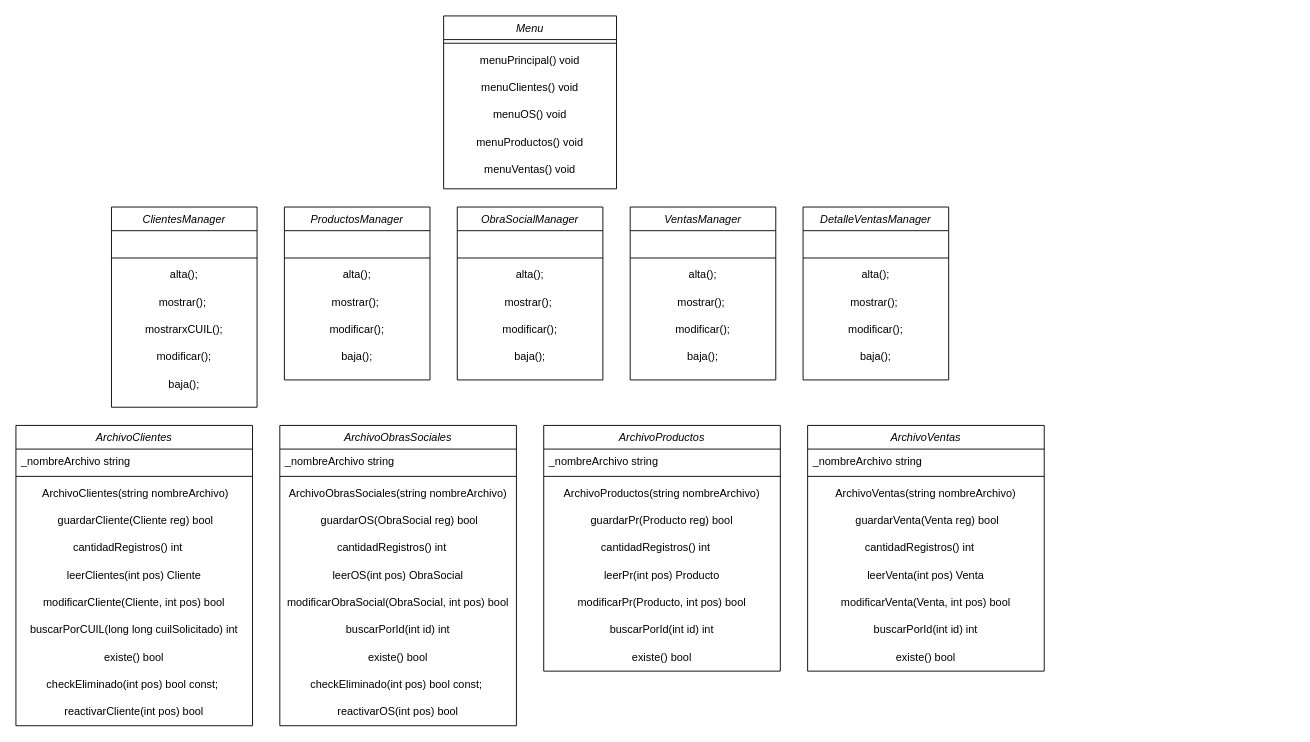
Before: ClasesArchivosyManagers.drawio in jiriberri/farmaceutica-utn, a draw.io diagram. Source tidied: cells renumbered, new cells numbered last; positions are measured from the earlier drawing's top-left corner, leaving out a move shared by most shapes. Both pictures are drawn from the tidied source at 91%, with x=0, y=0 at pixel (15, 15).
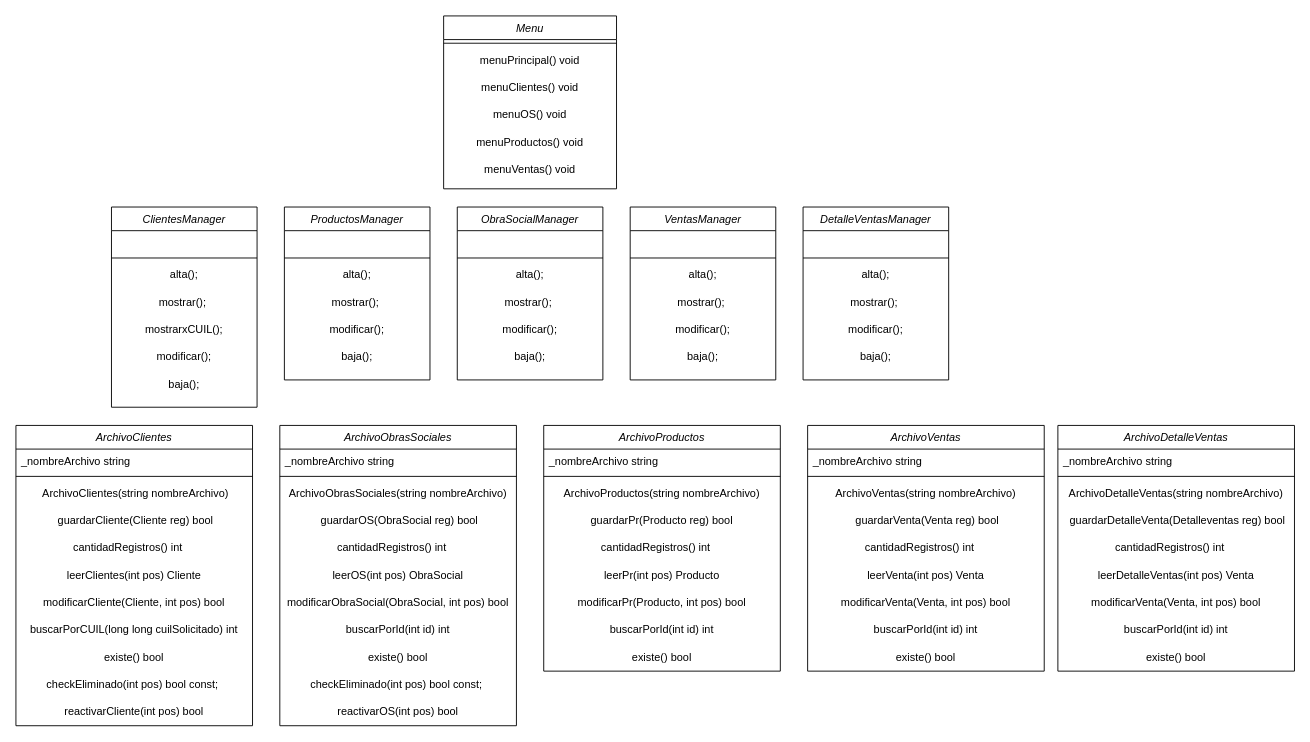
The same diagram, later.

Commit message (it also covers changes not shown here):
Se agrego la clase archivoVentas, Archivo Detalleventas, modificacion diagrama

Change to the diagram source:
```diff
@@
+    <mxCell id="89" value="ArchivoDetalleVentas" style="swimlane;fontStyle=2;align=center;verticalAlign=top;horizontal=1;startSize=26;rounded=0;shadow=0;strokeWidth=1;" parent="1" vertex="1">
+      <mxGeometry x="1145" y="450" width="260" height="270" as="geometry" />
+    </mxCell>
+    <mxCell id="90" value="_nombreArchivo string" style="text;align=left;verticalAlign=top;spacingLeft=4;spacingRight=4;overflow=hidden;rounded=0;shadow=0;html=0;" parent="89" vertex="1">
+      <mxGeometry y="26" width="260" height="26" as="geometry" />
+    </mxCell>
+    <mxCell id="91" style="line;html=1;strokeWidth=1;align=left;verticalAlign=middle;spacingTop=-1;spacingLeft=3;spacingRight=3;labelPosition=right;" parent="89" vertex="1">
+      <mxGeometry y="52" width="260" height="8" as="geometry" />
+    </mxCell>
+    <mxCell id="92" value="ArchivoDetalleVentas(string nombreArchivo)" style="text;html=1;whiteSpace=wrap;strokeColor=none;fillColor=none;align=center;verticalAlign=middle;rounded=0;" parent="89" vertex="1">
+      <mxGeometry y="60" width="260" height="30" as="geometry" />
+    </mxCell>
+    <mxCell id="93" value="&amp;nbsp;guardarDetalleVenta(Detalleventas reg) bool" style="text;html=1;whiteSpace=wrap;strokeColor=none;fillColor=none;align=center;verticalAlign=middle;rounded=0;" parent="89" vertex="1">
+      <mxGeometry y="90" width="260" height="30" as="geometry" />
+    </mxCell>
+    <mxCell id="94" value="cantidadRegistros() int&amp;nbsp; &amp;nbsp;&amp;nbsp;" style="text;html=1;whiteSpace=wrap;strokeColor=none;fillColor=none;align=center;verticalAlign=middle;rounded=0;" parent="89" vertex="1">
+      <mxGeometry y="120" width="260" height="30" as="geometry" />
+    </mxCell>
+    <mxCell id="95" value="leerDetalleVentas(int pos) Venta" style="text;html=1;whiteSpace=wrap;strokeColor=none;fillColor=none;align=center;verticalAlign=middle;rounded=0;" parent="89" vertex="1">
+      <mxGeometry y="150" width="260" height="30" as="geometry" />
+    </mxCell>
+    <mxCell id="96" value="modificarVenta(Venta, int pos) bool" style="text;html=1;whiteSpace=wrap;strokeColor=none;fillColor=none;align=center;verticalAlign=middle;rounded=0;" parent="89" vertex="1">
+      <mxGeometry y="180" width="260" height="30" as="geometry" />
+    </mxCell>
+    <mxCell id="97" value="buscarPorId(int id) int" style="text;html=1;whiteSpace=wrap;strokeColor=none;fillColor=none;align=center;verticalAlign=middle;rounded=0;" parent="89" vertex="1">
+      <mxGeometry y="210" width="260" height="30" as="geometry" />
+    </mxCell>
+    <mxCell id="98" value="existe() bool" style="text;html=1;whiteSpace=wrap;strokeColor=none;fillColor=none;align=center;verticalAlign=middle;rounded=0;" parent="89" vertex="1">
+      <mxGeometry y="240" width="260" height="30" as="geometry" />
+    </mxCell>
```
